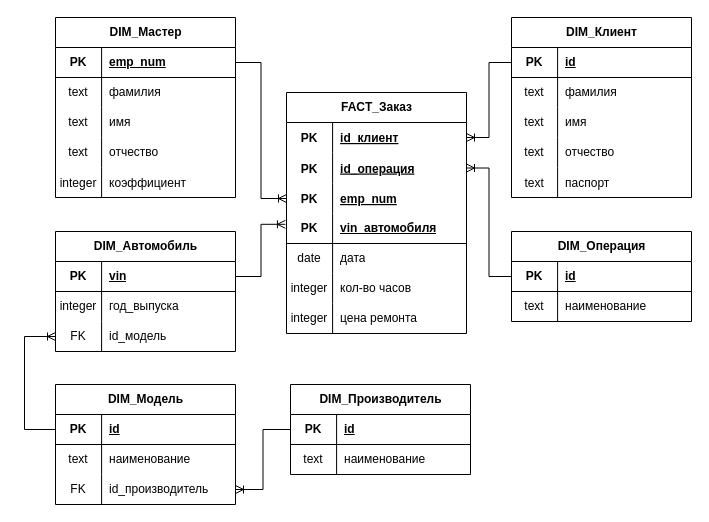
The draw.io diagram lr2/files/docs/lr2.drawio in VAXA99/IWaAS, before the edit. Source tidied: cells renumbered, new cells numbered last; positions are measured from the earlier drawing's top-left corner, leaving out a move shared by most shapes. Both pictures are drawn from the tidied source at 100%, with x=0, y=0 at pixel (24, 17).
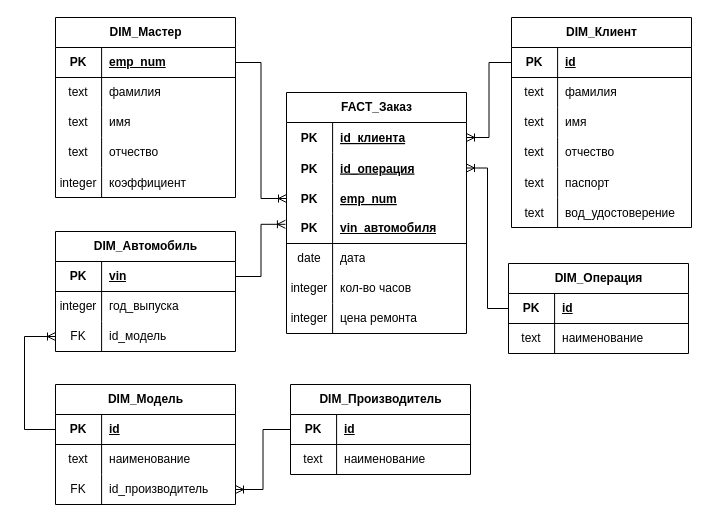
The same page after the edit.

Unchanged cells that the change refers to:
```xml
<mxCell id="35" style="shape=tableRow;horizontal=0;startSize=0;swimlaneHead=0;swimlaneBody=0;fillColor=none;points=[[0,0.5],[1,0.5]];portConstraint=eastwest;top=0;left=0;right=0;bottom=0;" parent="34" vertex="1">
  <mxGeometry y="30" width="180" height="30" as="geometry" />
</mxCell>
```

The edit, as a diff of the source:
```diff
@@
     <mxCell id="18" value="DIM_Клиент" style="shape=table;startSize=30;childLayout=tableLayout;rowLines=0;fontStyle=1;align=center;html=1;" parent="1" vertex="1">
-      <mxGeometry x="487" width="180" height="180" as="geometry" />
+      <mxGeometry x="487" width="180" height="210" as="geometry" />
     </mxCell>
@@
+    <mxCell id="96" style="shape=tableRow;horizontal=0;startSize=0;swimlaneHead=0;swimlaneBody=0;fillColor=none;top=0;left=0;right=0;bottom=0;" parent="18" vertex="1">
+      <mxGeometry y="180" width="180" height="30" as="geometry" />
+    </mxCell>
+    <mxCell id="97" value="text" style="shape=partialRectangle;fillColor=none;top=0;left=0;bottom=0;right=0;overflow=hidden;" parent="96" vertex="1">
+      <mxGeometry width="46.1" height="30" as="geometry" />
+    </mxCell>
+    <mxCell id="98" value="вод_удостоверение" style="shape=partialRectangle;fillColor=none;top=0;left=0;bottom=0;right=0;align=left;spacingLeft=6;overflow=hidden;" parent="96" vertex="1">
+      <mxGeometry x="46.1" width="133.9" height="30" as="geometry" />
+    </mxCell>
@@
-    <mxCell id="37" value="id_клиент" style="shape=partialRectangle;fillColor=none;top=0;left=0;bottom=0;right=0;align=left;spacingLeft=6;overflow=hidden;fontStyle=5;" parent="35" vertex="1">
+    <mxCell id="37" value="id_клиента" style="shape=partialRectangle;fillColor=none;top=0;left=0;bottom=0;right=0;align=left;spacingLeft=6;overflow=hidden;fontStyle=5;" parent="35" vertex="1">
       <mxGeometry x="46.1" width="133.9" height="30" as="geometry" />
     </mxCell>
@@
     <mxCell id="66" value="DIM_Операция" style="shape=table;startSize=30;childLayout=tableLayout;rowLines=0;fontStyle=1;align=center;html=1;" parent="1" vertex="1">
-      <mxGeometry x="487" y="214" width="180" height="90" as="geometry" />
+      <mxGeometry x="484" y="246" width="180" height="90" as="geometry" />
     </mxCell>
```
